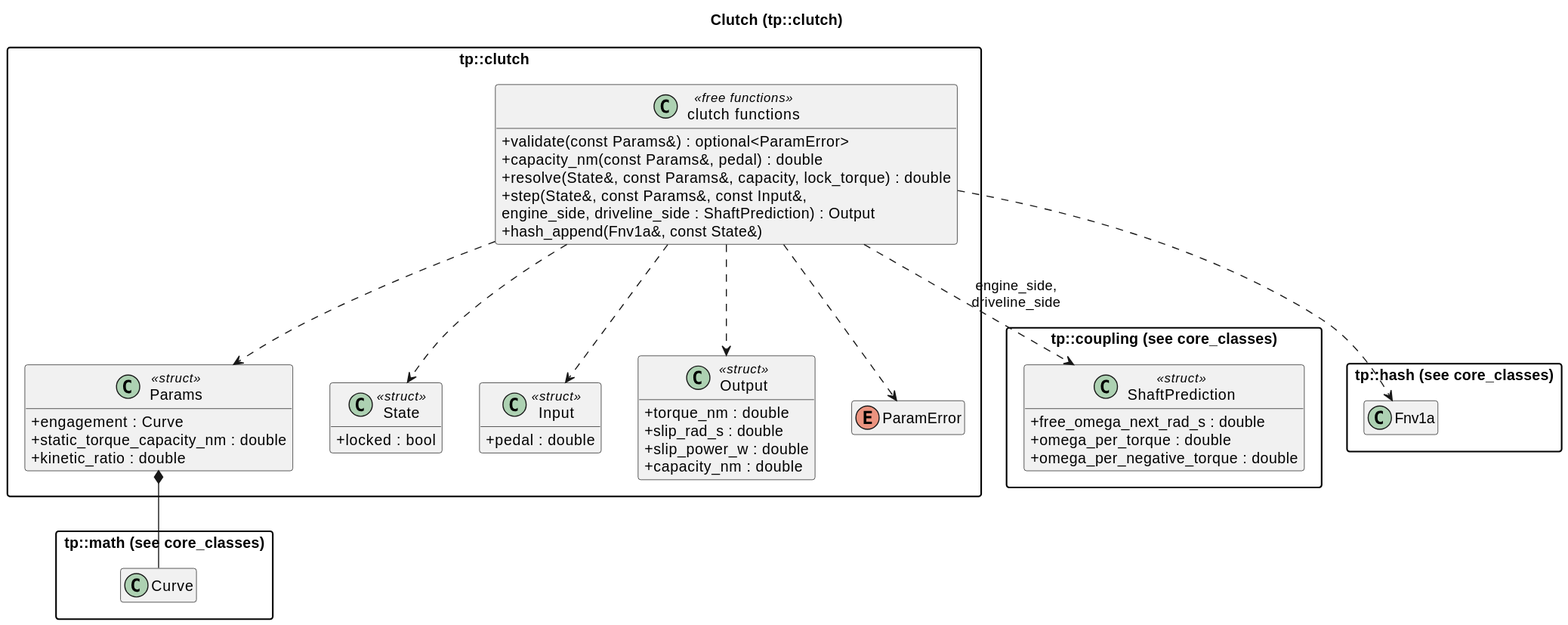
This is docs/diagrams/svg/clutch_classes.svg from wversteeg/TractorPulling, a PlantUML export, as it was before one commit.
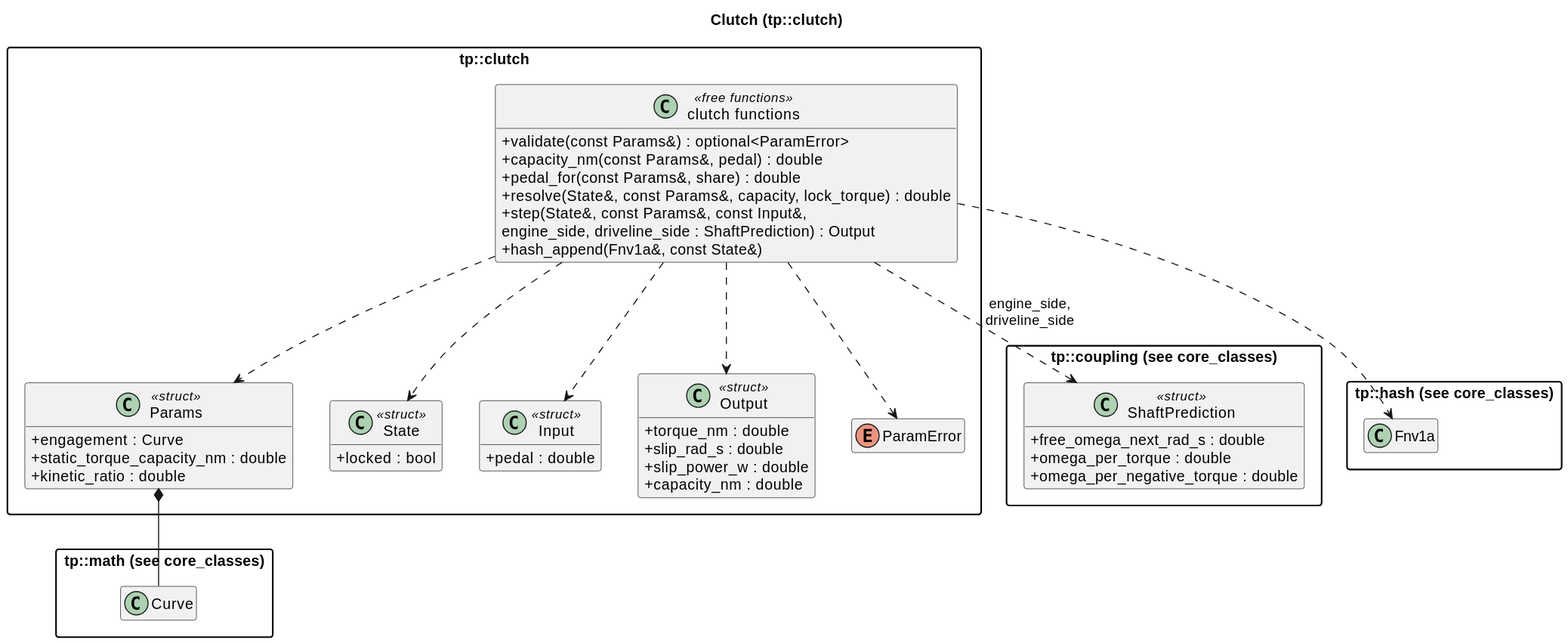
The same file after the commit.

What changed in the source:
```diff
@@ -40,6 +40,7 @@
     class "clutch functions" as ClutchFns <<free functions>> {
       +validate(const Params&) : optional<ParamError>
       +capacity_nm(const Params&, pedal) : double
+      +pedal_for(const Params&, share) : double
       +resolve(State&, const Params&, capacity, lock_torque) : double
       +step(State&, const Params&, const Input&,
             engine_side, driveline_side : ShaftPrediction) : Output
```
